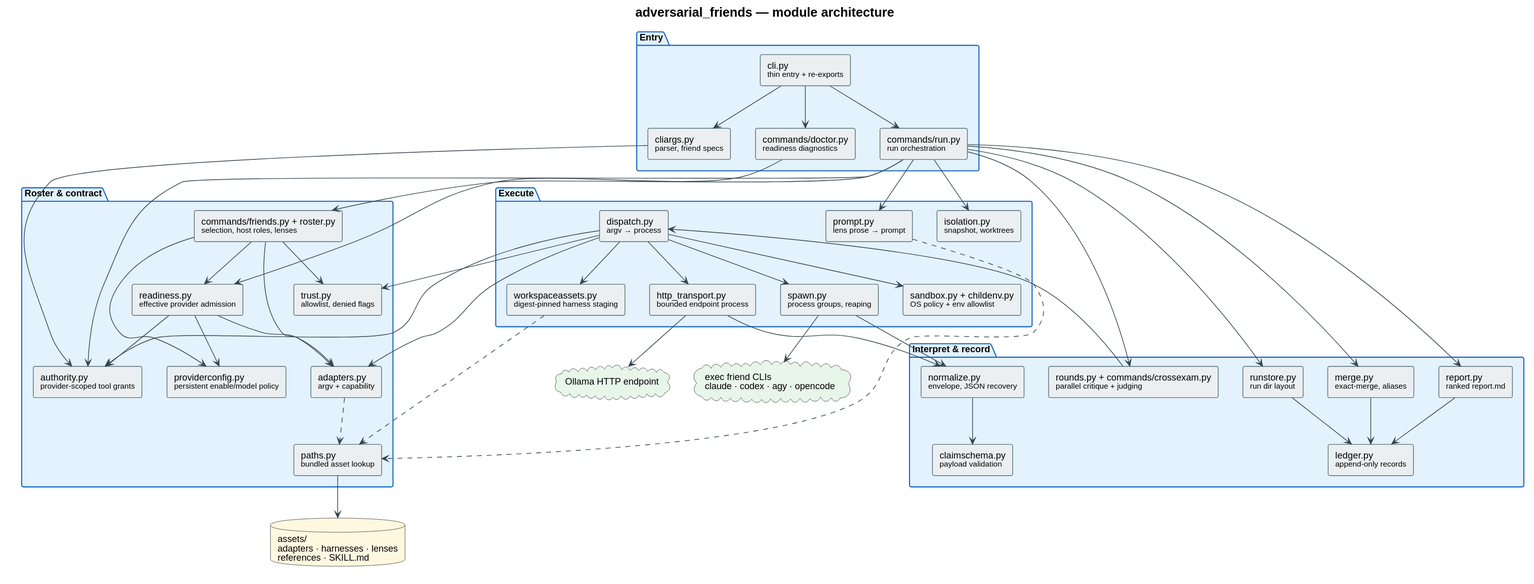
This is docs/architecture/components.svg from livingstaccato/adversarial-friends, a PlantUML export, as it was before one commit.
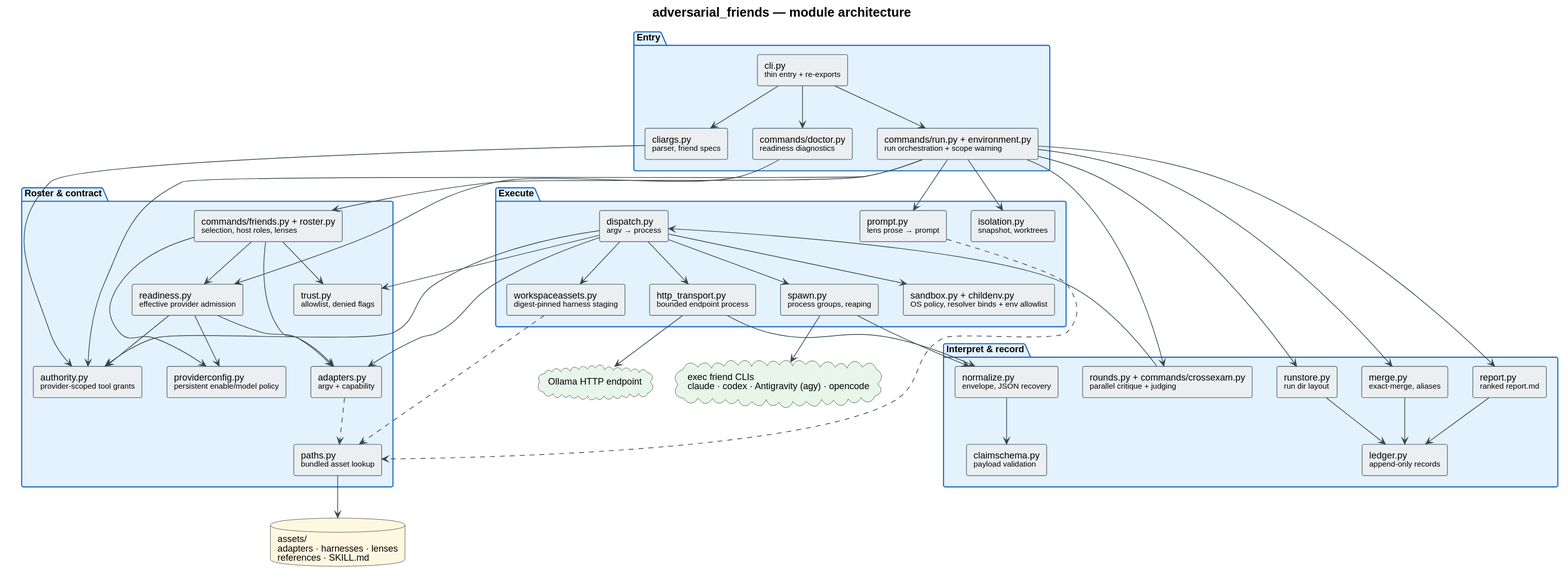
After the commit.

The edit, as a diff of the source:
```diff
@@ -27,7 +27,7 @@
 package "Entry" {
   rectangle "cli.py\n<size:11>thin entry + re-exports</size>" as CLI
   rectangle "cliargs.py\n<size:11>parser, friend specs</size>" as ARGS
-  rectangle "commands/run.py\n<size:11>run orchestration</size>" as RUN
+  rectangle "commands/run.py + environment.py\n<size:11>run orchestration + scope warning</size>" as RUN
   rectangle "commands/doctor.py\n<size:11>readiness diagnostics</size>" as DOC
 }
 
@@ -45,7 +45,7 @@
   rectangle "prompt.py\n<size:11>lens prose → prompt</size>" as PROMPT
   rectangle "isolation.py\n<size:11>snapshot, worktrees</size>" as ISO
   rectangle "workspaceassets.py\n<size:11>digest-pinned harness staging</size>" as WSA
-  rectangle "sandbox.py + childenv.py\n<size:11>OS policy + env allowlist</size>" as SANDBOX
+  rectangle "sandbox.py + childenv.py\n<size:11>OS policy, resolver binds + env allowlist</size>" as SANDBOX
   rectangle "dispatch.py\n<size:11>argv → process</size>" as DISP
   rectangle "spawn.py\n<size:11>process groups, reaping</size>" as SPAWN
   rectangle "http_transport.py\n<size:11>bounded endpoint process</size>" as HTTPX
@@ -62,7 +62,7 @@
 }
 
 database "assets/\nadapters · harnesses · lenses\nreferences · SKILL.md" as ASSETS #FFF8E1
-cloud "exec friend CLIs\nclaude · codex · agy · opencode" as FRIENDS #E8F5E9
+cloud "exec friend CLIs\nclaude · codex · Antigravity (agy) · opencode" as FRIENDS #E8F5E9
 cloud "Ollama HTTP endpoint" as HTTP #E8F5E9
 
 CLI --> ARGS
```
